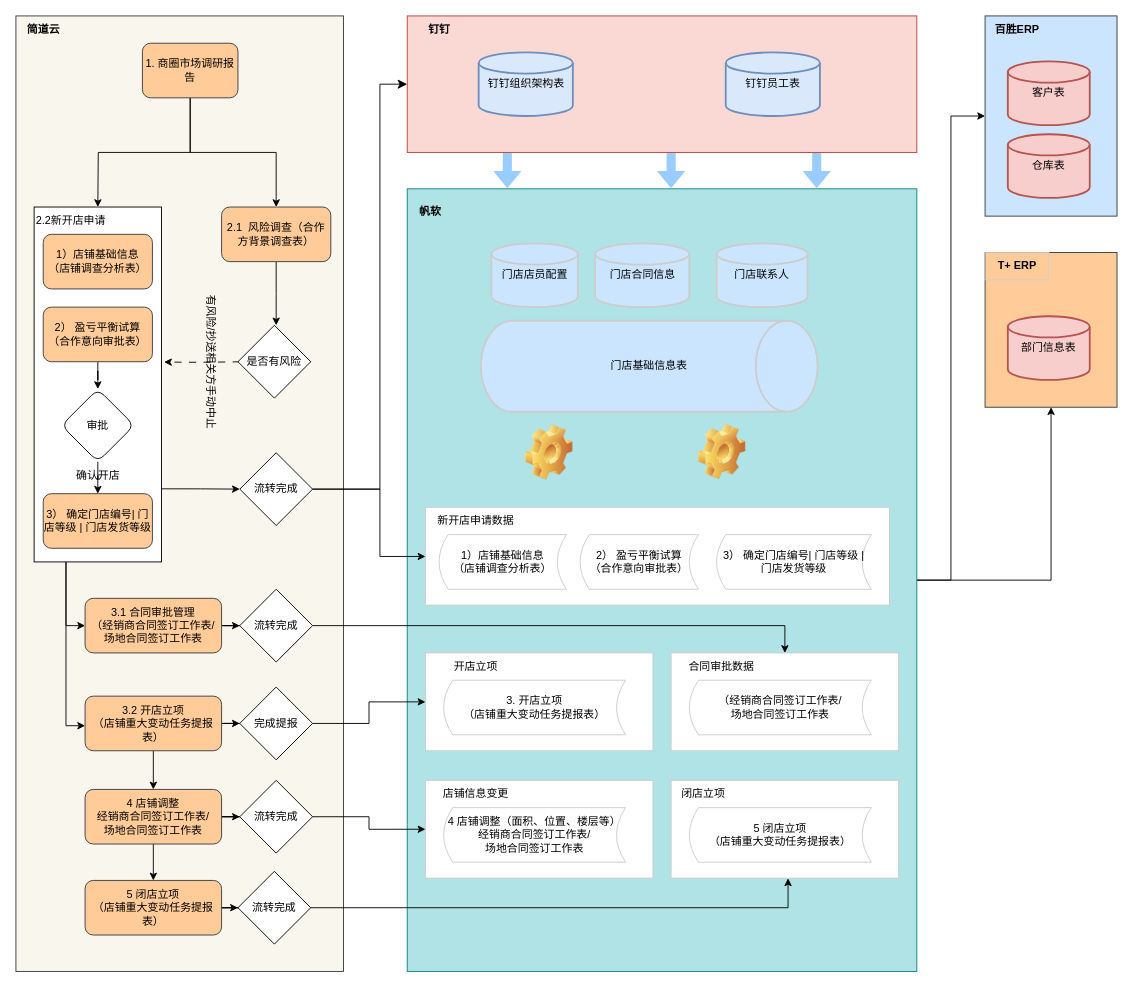
The draw.io diagram 凤禧门店主数据同步方案.drawio in leonhard1Q84/leonhard1Q84.github.io, before the edit. Source tidied: cells renumbered, new cells numbered last; positions are measured from the earlier drawing's top-left corner, leaving out a move shared by most shapes. Both pictures are drawn from the tidied source at 91%, with x=0, y=0 at pixel (15, 15).
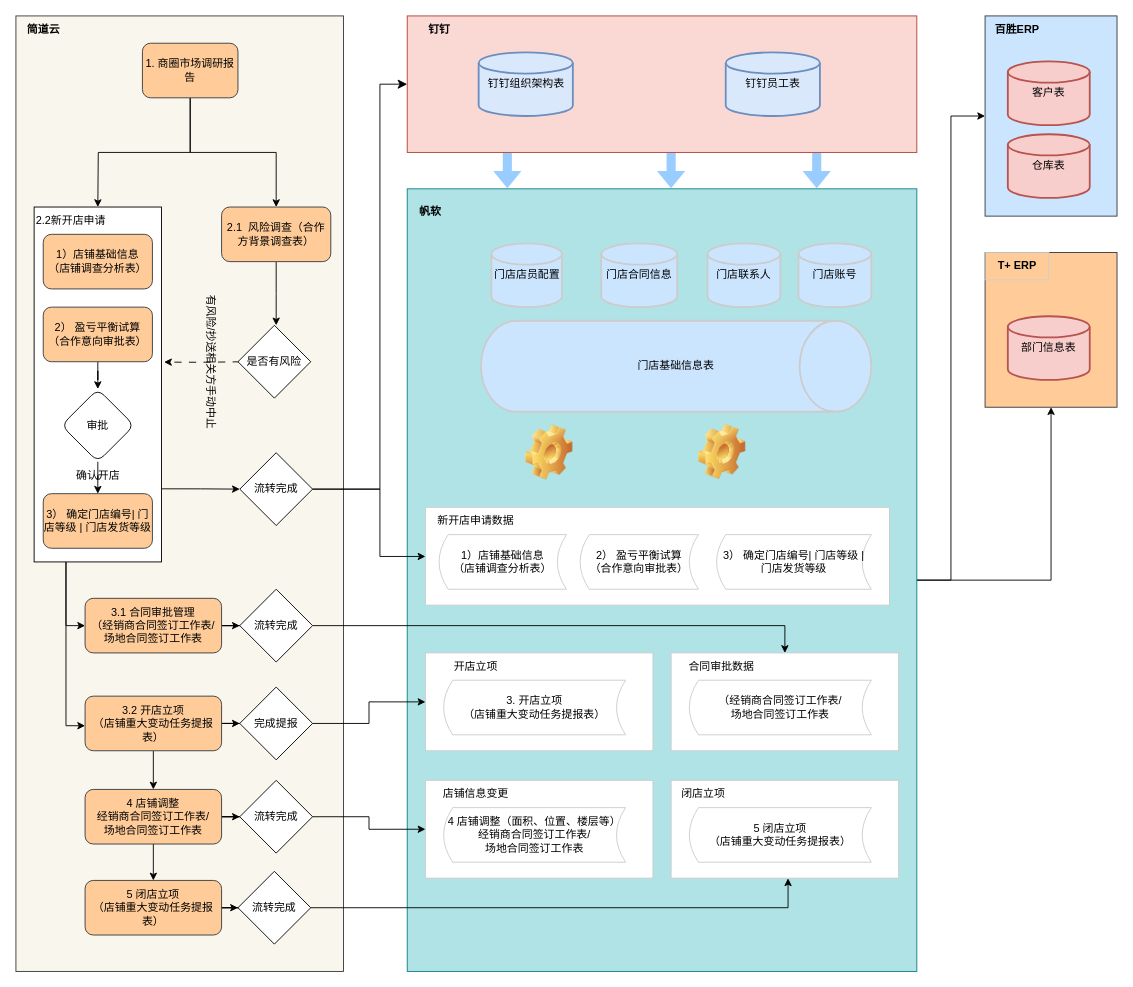
Above is the later version.

Commit message:
Update 凤禧门店主数据同步方案.drawio

The edit, as a diff of the source:
```diff
@@
-    <mxCell id="56" value="门店合同信息" style="strokeWidth=2;html=1;shape=mxgraph.flowchart.database;whiteSpace=wrap;fillColor=#cce5ff;strokeColor=#CCCCCC;" parent="1" vertex="1">
-      <mxGeometry x="636.5" y="250" width="103.5" height="70" as="geometry" />
+    <mxCell id="56" value="门店合同信息" style="strokeWidth=2;html=1;shape=mxgraph.flowchart.database;whiteSpace=wrap;fillColor=#cce5ff;strokeColor=#CCCCCC;flipH=1;" parent="1" vertex="1">
+      <mxGeometry x="643.2" y="250" width="83.5" height="70" as="geometry" />
     </mxCell>
-    <mxCell id="57" value="门店店员配置" style="strokeWidth=2;html=1;shape=mxgraph.flowchart.database;whiteSpace=wrap;fillColor=#cce5ff;strokeColor=#CCCCCC;" parent="1" vertex="1">
-      <mxGeometry x="522.5" y="250" width="95" height="70" as="geometry" />
+    <mxCell id="57" value="门店店员配置" style="strokeWidth=2;html=1;shape=mxgraph.flowchart.database;whiteSpace=wrap;fillColor=#cce5ff;strokeColor=#CCCCCC;flipH=1;" parent="1" vertex="1">
+      <mxGeometry x="522.5" y="250" width="77.5" height="70" as="geometry" />
     </mxCell>
     <mxCell id="58" value="门店基础信息表" style="strokeWidth=2;html=1;shape=mxgraph.flowchart.direct_data;whiteSpace=wrap;fillColor=#cce5ff;strokeColor=#CCCCCC;" parent="1" vertex="1">
-      <mxGeometry x="511" y="335" width="370" height="100" as="geometry" />
+      <mxGeometry x="511" y="335" width="429" height="100" as="geometry" />
     </mxCell>
-    <mxCell id="59" value="门店联系人" style="strokeWidth=2;html=1;shape=mxgraph.flowchart.database;whiteSpace=wrap;fillColor=#cce5ff;strokeColor=#CCCCCC;" parent="1" vertex="1">
-      <mxGeometry x="770" y="250" width="100" height="70" as="geometry" />
+    <mxCell id="59" value="门店联系人" style="strokeWidth=2;html=1;shape=mxgraph.flowchart.database;whiteSpace=wrap;fillColor=#cce5ff;strokeColor=#CCCCCC;flipH=1;" parent="1" vertex="1">
+      <mxGeometry x="760" y="250" width="80" height="70" as="geometry" />
     </mxCell>
@@
+    <mxCell id="87" value="门店账号" style="strokeWidth=2;html=1;shape=mxgraph.flowchart.database;whiteSpace=wrap;fillColor=#cce5ff;strokeColor=#CCCCCC;flipH=1;" parent="1" vertex="1">
+      <mxGeometry x="860" y="250" width="80" height="70" as="geometry" />
+    </mxCell>
```
